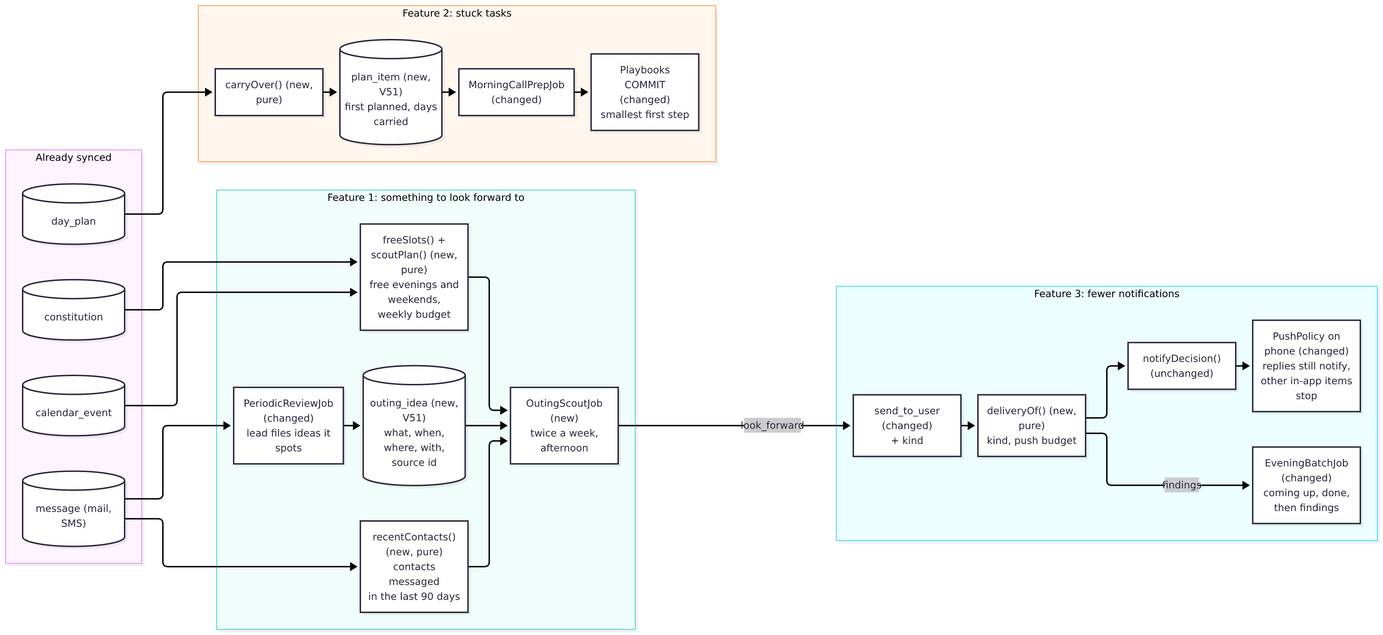
Earlier version of the Mermaid export diagrams/wellbeing/1-overview.png (robog-two/clarity). Its source is kept beside it as diagrams/wellbeing/1-overview.mmd. Source of this version:
```mermaid
flowchart LR
  subgraph Have["Already synced"]
    CAL[("calendar_event")]
    MSG[("message (mail, SMS)")]
    PLAN[("day_plan")]
    CON[("constitution")]
  end

  subgraph Outings["Feature 1: something to look forward to"]
    REVIEW["PeriodicReviewJob (changed)<br/>lead files ideas it spots"]
    IDEAS[("outing_idea (new, V51)<br/>what, when, where, with, source id")]
    SCOUT["OutingScoutJob (new)<br/>twice a week, afternoon"]
    FREE["freeSlots() + scoutPlan() (new, pure)<br/>free evenings and weekends,<br/>weekly budget"]
    SEEN["recentContacts() (new, pure)<br/>contacts messaged<br/>in the last 90 days"]
  end

  subgraph Stuck["Feature 2: stuck tasks"]
    ITEMS[("plan_item (new, V51)<br/>first planned, days carried")]
    CARRY["carryOver() (new, pure)"]
    PREP["MorningCallPrepJob (changed)"]
    PLAYBOOK["Playbooks COMMIT (changed)<br/>smallest first step"]
  end

  subgraph Diet["Feature 3: fewer notifications"]
    SEND["send_to_user (changed)<br/>+ kind"]
    DELIVERY["deliveryOf() (new, pure)<br/>kind, push budget"]
    POLICY["notifyDecision() (unchanged)"]
    EVENING["EveningBatchJob (changed)<br/>coming up, done, then findings"]
    PHONE["PushPolicy on phone (changed)<br/>replies still notify,<br/>other in-app items stop"]
  end

  MSG --> REVIEW --> IDEAS
  CAL --> FREE
  CON --> FREE
  MSG --> SEEN
  IDEAS --> SCOUT
  FREE --> SCOUT
  SEEN --> SCOUT
  SCOUT -->|"look_forward"| SEND

  PLAN --> CARRY --> ITEMS
  ITEMS --> PREP --> PLAYBOOK

  SEND --> DELIVERY --> POLICY --> PHONE
  DELIVERY -->|"findings"| EVENING
```
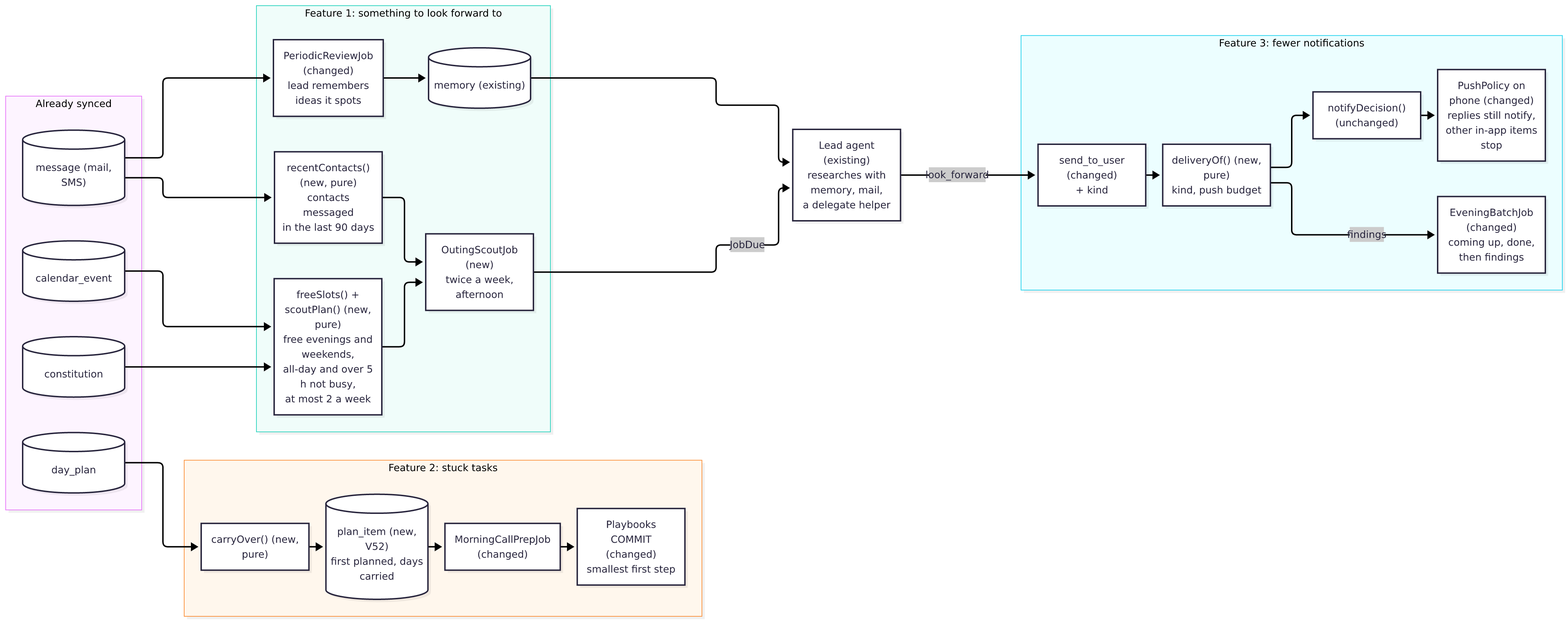
Above is the later version.

Commit message:
Diagrams: outings research the normal way, no idea table or gate

Diff of the diagram source:
```diff
@@ -7,15 +7,15 @@
   end
 
   subgraph Outings["Feature 1: something to look forward to"]
-    REVIEW["PeriodicReviewJob (changed)<br/>lead files ideas it spots"]
-    IDEAS[("outing_idea (new, V51)<br/>what, when, where, with, source id")]
+    REVIEW["PeriodicReviewJob (changed)<br/>lead remembers ideas it spots"]
+    MEM[("memory (existing)")]
     SCOUT["OutingScoutJob (new)<br/>twice a week, afternoon"]
-    FREE["freeSlots() + scoutPlan() (new, pure)<br/>free evenings and weekends,<br/>weekly budget"]
+    FREE["freeSlots() + scoutPlan() (new, pure)<br/>free evenings and weekends,<br/>all-day and over 5 h not busy,<br/>at most 2 a week"]
     SEEN["recentContacts() (new, pure)<br/>contacts messaged<br/>in the last 90 days"]
   end
 
   subgraph Stuck["Feature 2: stuck tasks"]
-    ITEMS[("plan_item (new, V51)<br/>first planned, days carried")]
+    ITEMS[("plan_item (new, V52)<br/>first planned, days carried")]
     CARRY["carryOver() (new, pure)"]
     PREP["MorningCallPrepJob (changed)"]
     PLAYBOOK["Playbooks COMMIT (changed)<br/>smallest first step"]
@@ -29,14 +29,15 @@
     PHONE["PushPolicy on phone (changed)<br/>replies still notify,<br/>other in-app items stop"]
   end
 
-  MSG --> REVIEW --> IDEAS
+  MSG --> REVIEW --> MEM
   CAL --> FREE
   CON --> FREE
   MSG --> SEEN
-  IDEAS --> SCOUT
   FREE --> SCOUT
   SEEN --> SCOUT
-  SCOUT -->|"look_forward"| SEND
+  SCOUT -->|"JobDue"| LEAD["Lead agent (existing)<br/>researches with memory, mail,<br/>a delegate helper"]
+  MEM --> LEAD
+  LEAD -->|"look_forward"| SEND
 
   PLAN --> CARRY --> ITEMS
   ITEMS --> PREP --> PLAYBOOK
```
